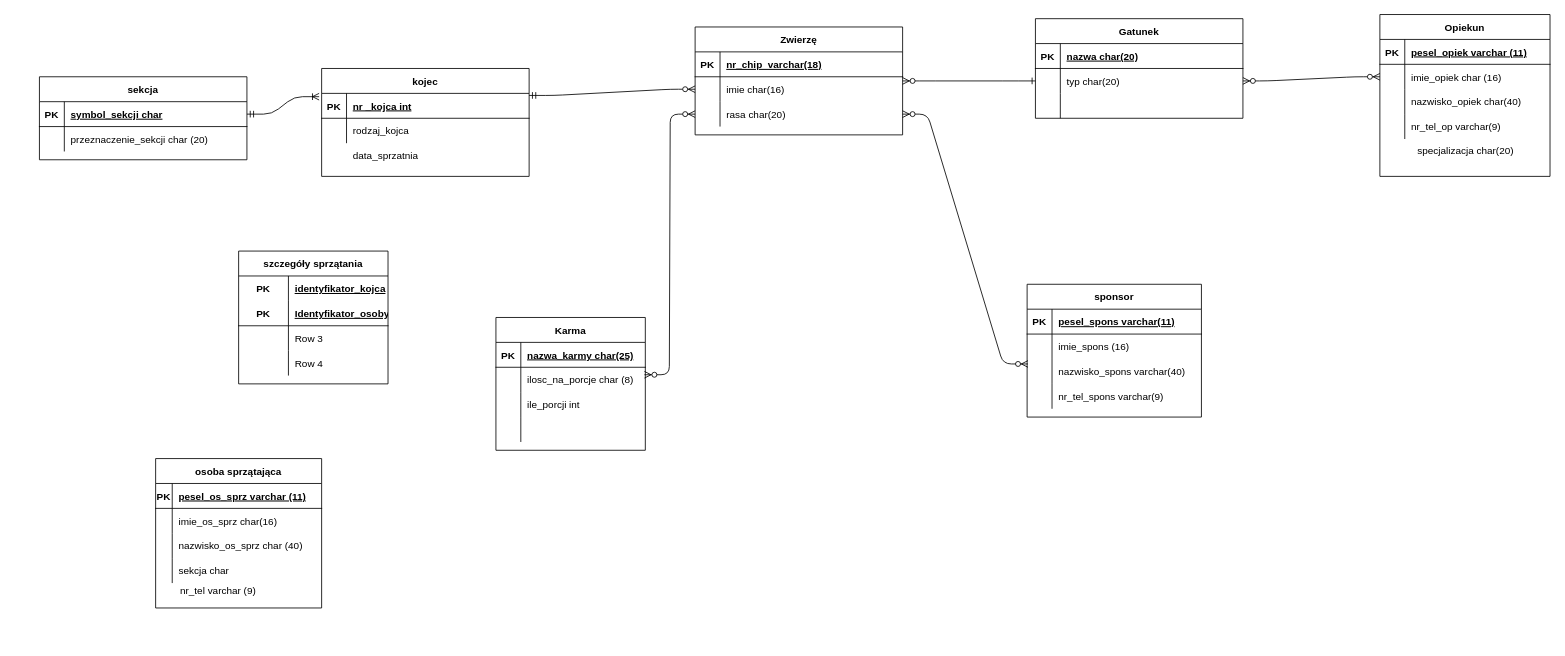
Before: Untitled Diagram.drawio in Taviii/RBD, a draw.io diagram. Source tidied: cells renumbered, new cells numbered last; positions are measured from the earlier drawing's top-left corner, leaving out a move shared by most shapes. Both pictures are drawn from the tidied source at 83%, with x=0, y=0 at pixel (39, 14).
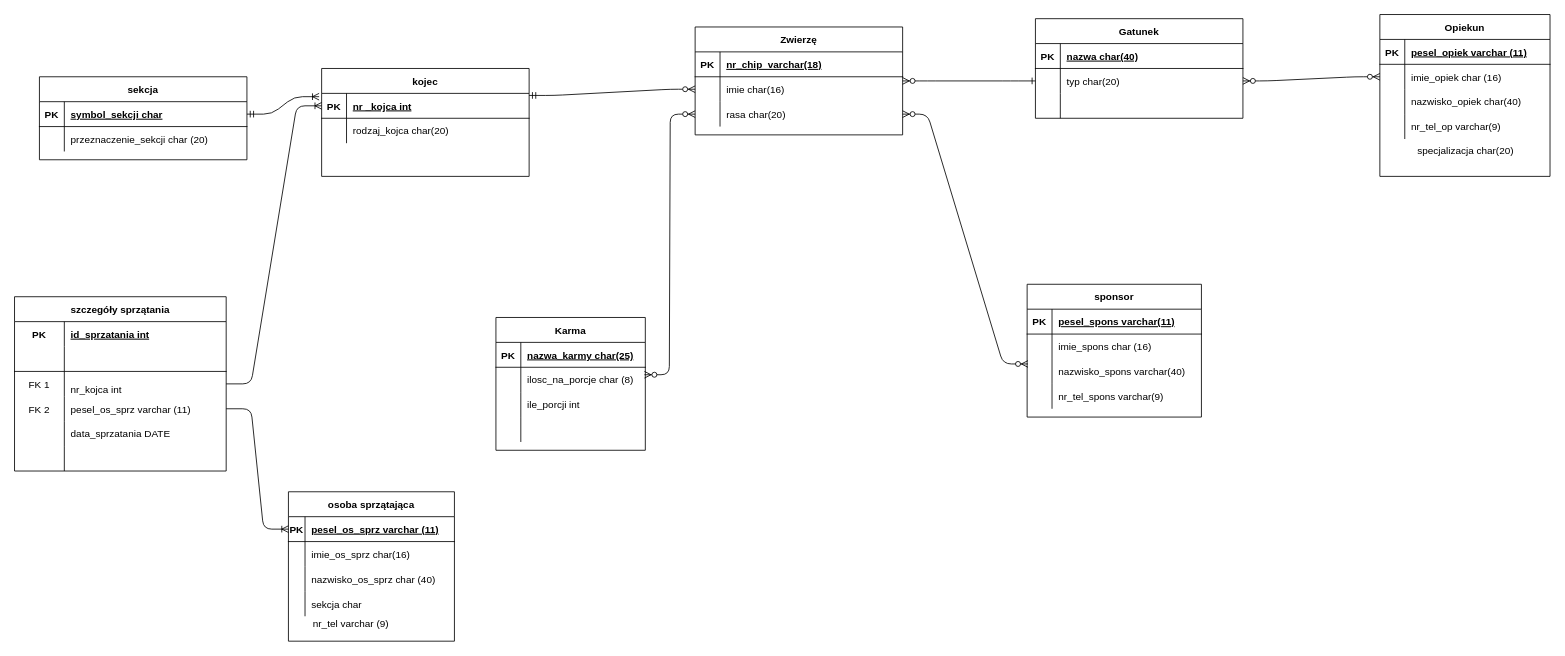
After the change.

The change refers to these unchanged cells:
```xml
<mxCell id="13" style="shape=partialRectangle;fillColor=none;top=0;left=0;right=0;bottom=1;" parent="12" vertex="1">
  <mxGeometry y="30" width="250" height="30" as="geometry" />
</mxCell>
<mxCell id="23" style="shape=partialRectangle;fillColor=none;points=[[0,0.5],[1,0.5]];portConstraint=eastwest;top=0;left=0;right=0;bottom=1;" parent="22" vertex="1">
  <mxGeometry y="30" width="250" height="30" as="geometry" />
</mxCell>
<mxCell id="26" style="shape=partialRectangle;fillColor=none;top=0;left=0;right=0;bottom=0;" parent="22" vertex="1">
  <mxGeometry y="60" width="250" height="30" as="geometry" />
</mxCell>
<mxCell id="31" style="shape=partialRectangle;fillColor=none;top=0;left=0;bottom=1;right=0;points=[[0,0.5],[1,0.5]];portConstraint=eastwest;" parent="30" vertex="1">
  <mxGeometry y="30" width="200" height="30" as="geometry" />
</mxCell>
<mxCell id="72" style="shape=partialRectangle;fillColor=none;top=0;left=0;bottom=0;right=0;" parent="68" vertex="1">
  <mxGeometry y="60" width="210" height="30" as="geometry" />
</mxCell>
```

The edit, as a diff of the source:
```diff
@@
-    <mxCell id="15" value="nazwa char(20)" style="shape=partialRectangle;overflow=hidden;fillColor=none;top=0;left=0;bottom=0;right=0;align=left;spacingLeft=6;fontStyle=5;" parent="13" vertex="1">
+    <mxCell id="15" value="nazwa char(40)" style="shape=partialRectangle;overflow=hidden;fillColor=none;top=0;left=0;bottom=0;right=0;align=left;spacingLeft=6;fontStyle=5;" parent="13" vertex="1">
       <mxGeometry x="30" width="220" height="30" as="geometry" />
     </mxCell>
@@
-    <mxCell id="28" value="rodzaj_kojca" style="shape=partialRectangle;overflow=hidden;fillColor=none;top=0;left=0;bottom=0;right=0;align=left;spacingLeft=6;" parent="26" vertex="1">
+    <mxCell id="28" value="rodzaj_kojca char(20)" style="shape=partialRectangle;overflow=hidden;fillColor=none;top=0;left=0;bottom=0;right=0;align=left;spacingLeft=6;" parent="26" vertex="1">
       <mxGeometry x="30" width="220" height="30" as="geometry" />
     </mxCell>
@@
     <mxCell id="30" value="osoba sprzątająca" style="shape=table;startSize=30;childLayout=tableLayout;rowLines=0;fontStyle=1;align=center;" parent="1" vertex="1">
-      <mxGeometry x="140" y="535" width="200" height="180" as="geometry" />
+      <mxGeometry x="300" y="575" width="200" height="180" as="geometry" />
     </mxCell>
@@
     <mxCell id="65" value="nr_tel varchar (9) " style="text;html=1;align=center;verticalAlign=middle;" parent="1" vertex="1">
-      <mxGeometry x="160" y="685" width="110" height="20" as="geometry" />
+      <mxGeometry x="320" y="725" width="110" height="20" as="geometry" />
     </mxCell>
@@
-    <mxCell id="74" value="imie_spons (16)" style="shape=partialRectangle;fillColor=none;top=0;left=0;bottom=0;right=0;align=left;spacingLeft=6;overflow=hidden;" parent="72" vertex="1">
+    <mxCell id="74" value="imie_spons char (16)" style="shape=partialRectangle;fillColor=none;top=0;left=0;bottom=0;right=0;align=left;spacingLeft=6;overflow=hidden;" parent="72" vertex="1">
       <mxGeometry x="30" width="180" height="30" as="geometry" />
     </mxCell>
@@
-    <mxCell id="96" value="data_sprzatnia" style="shape=partialRectangle;overflow=hidden;fillColor=none;top=0;left=0;bottom=0;right=0;align=left;spacingLeft=6;" parent="1" vertex="1">
-      <mxGeometry x="370" y="155" width="220" height="30" as="geometry" />
-    </mxCell>
     <mxCell id="97" value="szczegóły sprzątania" style="shape=table;startSize=30;childLayout=tableLayout;rowLines=0;fontStyle=1;align=center;" parent="1" vertex="1">
-      <mxGeometry x="240" y="285" width="180" height="160" as="geometry" />
+      <mxGeometry x="-30" y="340" width="255" height="210" as="geometry" />
     </mxCell>
     <mxCell id="98" style="shape=partialRectangle;fillColor=none;top=0;left=0;bottom=0;right=0;" parent="97" vertex="1">
-      <mxGeometry y="30" width="180" height="30" as="geometry" />
+      <mxGeometry y="30" width="255" height="30" as="geometry" />
     </mxCell>
@@
-    <mxCell id="100" value="identyfikator_kojca" style="shape=partialRectangle;fillColor=none;top=0;left=0;bottom=0;right=0;align=left;spacingLeft=6;fontStyle=5;overflow=hidden;" parent="98" vertex="1">
-      <mxGeometry x="60" width="120" height="30" as="geometry" />
+    <mxCell id="100" value="id_sprzatania int" style="shape=partialRectangle;fillColor=none;top=0;left=0;bottom=0;right=0;align=left;spacingLeft=6;fontStyle=5;overflow=hidden;" parent="98" vertex="1">
+      <mxGeometry x="60" width="195" height="30" as="geometry" />
     </mxCell>
     <mxCell id="101" style="shape=partialRectangle;fillColor=none;top=0;left=0;bottom=1;right=0;" parent="97" vertex="1">
-      <mxGeometry y="60" width="180" height="30" as="geometry" />
+      <mxGeometry y="60" width="255" height="30" as="geometry" />
     </mxCell>
-    <mxCell id="102" value="PK" style="shape=partialRectangle;fillColor=none;top=0;left=0;bottom=0;right=0;fontStyle=1;overflow=hidden;" parent="101" vertex="1">
+    <mxCell id="102" style="shape=partialRectangle;fillColor=none;top=0;left=0;bottom=0;right=0;fontStyle=1;overflow=hidden;" parent="101" vertex="1">
       <mxGeometry width="60" height="30" as="geometry" />
     </mxCell>
-    <mxCell id="103" value="Identyfikator_osoby" style="shape=partialRectangle;fillColor=none;top=0;left=0;bottom=0;right=0;align=left;spacingLeft=6;fontStyle=5;overflow=hidden;" parent="101" vertex="1">
-      <mxGeometry x="60" width="120" height="30" as="geometry" />
+    <mxCell id="103" style="shape=partialRectangle;fillColor=none;top=0;left=0;bottom=0;right=0;align=left;spacingLeft=6;fontStyle=5;overflow=hidden;" parent="101" vertex="1">
+      <mxGeometry x="60" width="195" height="30" as="geometry" />
     </mxCell>
+    <mxCell id="110" style="shape=partialRectangle;fillColor=none;top=0;left=0;bottom=0;right=0;points=[[0,0.5],[1,0.5]];portConstraint=eastwest;" parent="97" vertex="1">
+      <mxGeometry y="90" width="255" height="30" as="geometry" />
+    </mxCell>
+    <mxCell id="111" value="FK 1" style="shape=partialRectangle;fillColor=none;top=0;left=0;bottom=0;right=0;fontStyle=0;overflow=hidden;" parent="110" vertex="1">
+      <mxGeometry width="60" height="30" as="geometry" />
+    </mxCell>
+    <mxCell id="112" value="&#10;nr_kojca int&#10;&#10;" style="shape=partialRectangle;fillColor=none;top=0;left=0;bottom=0;right=0;align=left;spacingLeft=6;fontStyle=0;overflow=hidden;" parent="110" vertex="1">
+      <mxGeometry x="60" width="195" height="30" as="geometry" />
+    </mxCell>
+    <mxCell id="113" style="shape=partialRectangle;fillColor=none;top=0;left=0;bottom=0;right=0;points=[[0,0.5],[1,0.5]];portConstraint=eastwest;" parent="97" vertex="1">
+      <mxGeometry y="120" width="255" height="30" as="geometry" />
+    </mxCell>
+    <mxCell id="114" value="FK 2" style="shape=partialRectangle;fillColor=none;top=0;left=0;bottom=0;right=0;fontStyle=0;overflow=hidden;" parent="113" vertex="1">
+      <mxGeometry width="60" height="30" as="geometry" />
+    </mxCell>
+    <mxCell id="115" value="pesel_os_sprz varchar (11)" style="shape=partialRectangle;fillColor=none;top=0;left=0;bottom=0;right=0;align=left;spacingLeft=6;fontStyle=0;overflow=hidden;" parent="113" vertex="1">
+      <mxGeometry x="60" width="195" height="30" as="geometry" />
+    </mxCell>
     <mxCell id="104" style="shape=partialRectangle;fillColor=none;top=0;left=0;bottom=0;right=0;" parent="97" vertex="1">
-      <mxGeometry y="90" width="180" height="30" as="geometry" />
+      <mxGeometry y="150" width="255" height="30" as="geometry" />
     </mxCell>
@@
-    <mxCell id="106" value="Row 3" style="shape=partialRectangle;fillColor=none;top=0;left=0;bottom=0;right=0;align=left;spacingLeft=6;overflow=hidden;" parent="104" vertex="1">
-      <mxGeometry x="60" width="120" height="30" as="geometry" />
+    <mxCell id="106" value="data_sprzatania DATE" style="shape=partialRectangle;fillColor=none;top=0;left=0;bottom=0;right=0;align=left;spacingLeft=6;overflow=hidden;" parent="104" vertex="1">
+      <mxGeometry x="60" width="195" height="30" as="geometry" />
     </mxCell>
     <mxCell id="107" style="shape=partialRectangle;fillColor=none;top=0;left=0;bottom=0;right=0;" parent="97" vertex="1">
-      <mxGeometry y="120" width="180" height="30" as="geometry" />
+      <mxGeometry y="180" width="255" height="30" as="geometry" />
     </mxCell>
@@
-    <mxCell id="109" value="Row 4" style="shape=partialRectangle;fillColor=none;top=0;left=0;bottom=0;right=0;align=left;spacingLeft=6;overflow=hidden;" parent="107" vertex="1">
-      <mxGeometry x="60" width="120" height="30" as="geometry" />
+    <mxCell id="109" style="shape=partialRectangle;fillColor=none;top=0;left=0;bottom=0;right=0;align=left;spacingLeft=6;overflow=hidden;" parent="107" vertex="1">
+      <mxGeometry x="60" width="195" height="30" as="geometry" />
     </mxCell>
+    <mxCell id="116" style="edgeStyle=entityRelationEdgeStyle;fontSize=12;html=1;endArrow=ERoneToMany;entryX=0;entryY=0.5;entryDx=0;entryDy=0;exitX=1;exitY=0.5;exitDx=0;exitDy=0;" parent="1" edge="1" source="110" target="23">
+      <mxGeometry relative="1" as="geometry" />
+    </mxCell>
+    <mxCell id="117" style="edgeStyle=entityRelationEdgeStyle;fontSize=12;html=1;endArrow=ERoneToMany;exitX=1;exitY=0.5;exitDx=0;exitDy=0;entryX=0;entryY=0.5;entryDx=0;entryDy=0;" parent="1" edge="1" source="113" target="31">
+      <mxGeometry relative="1" as="geometry" />
+    </mxCell>
```
